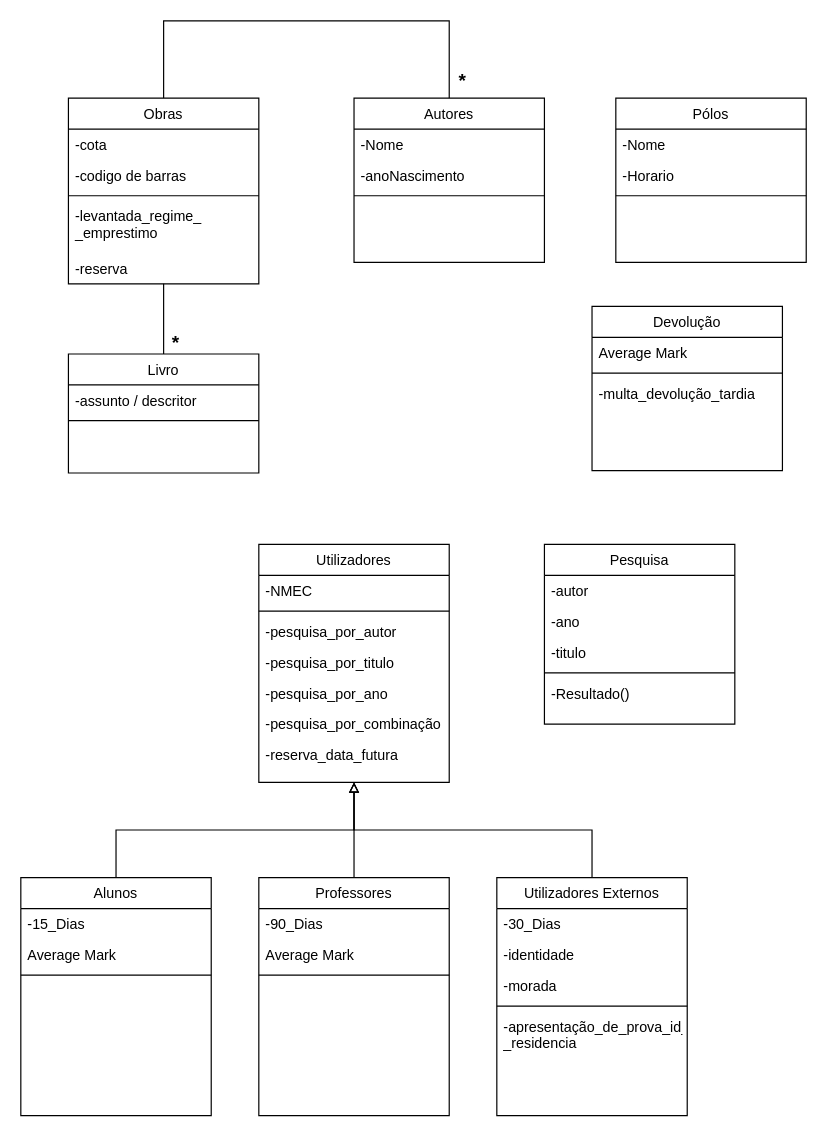
Before: page "3.2" (1 of 2) of P/P3/P3.drawio in DavidAraujo98/AS, a draw.io diagram. Source tidied: cells renumbered, new cells numbered last; positions are measured from the earlier drawing's top-left corner, leaving out a move shared by most shapes. Both pictures are drawn from the tidied source at 119%, with x=0, y=0 at pixel (20, 20).
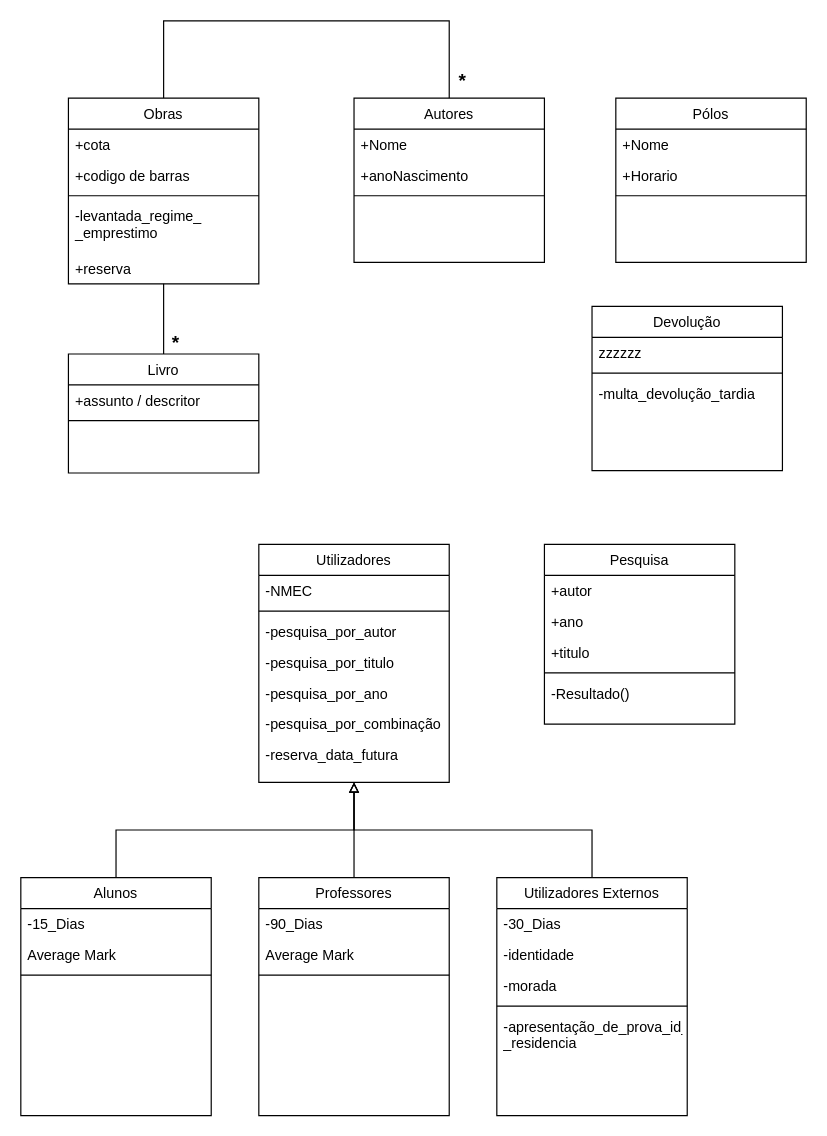
The same diagram, later.

Unchanged cells that the change refers to:
```xml
<mxCell id="3" value="Obras" style="swimlane;fontStyle=0;align=center;verticalAlign=top;horizontal=1;startSize=26;rounded=0;shadow=0;strokeWidth=1;" parent="1" vertex="1">
  <mxGeometry x="40" y="65" width="160" height="156" as="geometry" />
</mxCell>
<mxCell id="9" value="Autores" style="swimlane;fontStyle=0;align=center;verticalAlign=top;horizontal=1;startSize=26;rounded=0;shadow=0;strokeWidth=1;" parent="1" vertex="1">
  <mxGeometry x="280" y="65" width="160" height="138" as="geometry" />
</mxCell>
<mxCell id="22" value="Livro" style="swimlane;fontStyle=0;align=center;verticalAlign=top;horizontal=1;startSize=26;rounded=0;shadow=0;strokeWidth=1;" parent="1" vertex="1">
  <mxGeometry x="40" y="280" width="160" height="100" as="geometry" />
</mxCell>
<mxCell id="42" value="Devolução" style="swimlane;fontStyle=0;align=center;verticalAlign=top;horizontal=1;startSize=26;rounded=0;shadow=0;strokeWidth=1;" parent="1" vertex="1">
  <mxGeometry x="480" y="240" width="160" height="138" as="geometry" />
</mxCell>
<mxCell id="46" value="Pólos" style="swimlane;fontStyle=0;align=center;verticalAlign=top;horizontal=1;startSize=26;rounded=0;shadow=0;strokeWidth=1;" parent="1" vertex="1">
  <mxGeometry x="500" y="65" width="160" height="138" as="geometry" />
</mxCell>
<mxCell id="52" value="Pesquisa" style="swimlane;fontStyle=0;align=center;verticalAlign=top;horizontal=1;startSize=26;rounded=0;shadow=0;strokeWidth=1;" parent="1" vertex="1">
  <mxGeometry x="440" y="440" width="160" height="151" as="geometry" />
</mxCell>
```

Change to the diagram source:
```diff
@@
-    <mxCell id="4" value="-cota" style="text;align=left;verticalAlign=top;spacingLeft=4;spacingRight=4;overflow=hidden;" parent="3" vertex="1">
+    <mxCell id="4" value="+cota" style="text;align=left;verticalAlign=top;spacingLeft=4;spacingRight=4;overflow=hidden;" parent="3" vertex="1">
       <mxGeometry y="26" width="160" height="26" as="geometry" />
     </mxCell>
-    <mxCell id="5" value="-codigo de barras" style="text;align=left;verticalAlign=top;spacingLeft=4;spacingRight=4;overflow=hidden;rounded=0;shadow=0;html=0;" parent="3" vertex="1">
+    <mxCell id="5" value="+codigo de barras" style="text;align=left;verticalAlign=top;spacingLeft=4;spacingRight=4;overflow=hidden;rounded=0;shadow=0;html=0;" parent="3" vertex="1">
       <mxGeometry y="52" width="160" height="26" as="geometry" />
     </mxCell>
@@
-    <mxCell id="8" value="-reserva" style="text;align=left;verticalAlign=top;spacingLeft=4;spacingRight=4;overflow=hidden;rounded=0;shadow=0;html=0;" parent="3" vertex="1">
+    <mxCell id="8" value="+reserva" style="text;align=left;verticalAlign=top;spacingLeft=4;spacingRight=4;overflow=hidden;rounded=0;shadow=0;html=0;" parent="3" vertex="1">
       <mxGeometry y="130" width="160" height="26" as="geometry" />
     </mxCell>
@@
-    <mxCell id="10" value="-Nome" style="text;align=left;verticalAlign=top;spacingLeft=4;spacingRight=4;overflow=hidden;" parent="9" vertex="1">
+    <mxCell id="10" value="+Nome" style="text;align=left;verticalAlign=top;spacingLeft=4;spacingRight=4;overflow=hidden;" parent="9" vertex="1">
       <mxGeometry y="26" width="160" height="26" as="geometry" />
     </mxCell>
-    <mxCell id="11" value="-anoNascimento" style="text;align=left;verticalAlign=top;spacingLeft=4;spacingRight=4;overflow=hidden;rounded=0;shadow=0;html=0;" parent="9" vertex="1">
+    <mxCell id="11" value="+anoNascimento" style="text;align=left;verticalAlign=top;spacingLeft=4;spacingRight=4;overflow=hidden;rounded=0;shadow=0;html=0;" parent="9" vertex="1">
       <mxGeometry y="52" width="160" height="26" as="geometry" />
     </mxCell>
@@
-    <mxCell id="23" value="-assunto / descritor" style="text;align=left;verticalAlign=top;spacingLeft=4;spacingRight=4;overflow=hidden;" parent="22" vertex="1">
+    <mxCell id="23" value="+assunto / descritor" style="text;align=left;verticalAlign=top;spacingLeft=4;spacingRight=4;overflow=hidden;" parent="22" vertex="1">
       <mxGeometry y="26" width="160" height="26" as="geometry" />
     </mxCell>
@@
-    <mxCell id="43" value="Average Mark" style="text;align=left;verticalAlign=top;spacingLeft=4;spacingRight=4;overflow=hidden;rounded=0;shadow=0;html=0;" parent="42" vertex="1">
+    <mxCell id="43" value="zzzzzz" style="text;align=left;verticalAlign=top;spacingLeft=4;spacingRight=4;overflow=hidden;rounded=0;shadow=0;html=0;" parent="42" vertex="1">
       <mxGeometry y="26" width="160" height="26" as="geometry" />
     </mxCell>
@@
-    <mxCell id="47" value="-Nome" style="text;align=left;verticalAlign=top;spacingLeft=4;spacingRight=4;overflow=hidden;" parent="46" vertex="1">
+    <mxCell id="47" value="+Nome" style="text;align=left;verticalAlign=top;spacingLeft=4;spacingRight=4;overflow=hidden;" parent="46" vertex="1">
       <mxGeometry y="26" width="160" height="26" as="geometry" />
     </mxCell>
-    <mxCell id="48" value="-Horario" style="text;align=left;verticalAlign=top;spacingLeft=4;spacingRight=4;overflow=hidden;rounded=0;shadow=0;html=0;" parent="46" vertex="1">
+    <mxCell id="48" value="+Horario" style="text;align=left;verticalAlign=top;spacingLeft=4;spacingRight=4;overflow=hidden;rounded=0;shadow=0;html=0;" parent="46" vertex="1">
       <mxGeometry y="52" width="160" height="26" as="geometry" />
     </mxCell>
@@
-    <mxCell id="53" value="-autor" style="text;align=left;verticalAlign=top;spacingLeft=4;spacingRight=4;overflow=hidden;" parent="52" vertex="1">
+    <mxCell id="53" value="+autor" style="text;align=left;verticalAlign=top;spacingLeft=4;spacingRight=4;overflow=hidden;" parent="52" vertex="1">
       <mxGeometry y="26" width="160" height="26" as="geometry" />
     </mxCell>
-    <mxCell id="54" value="-ano" style="text;align=left;verticalAlign=top;spacingLeft=4;spacingRight=4;overflow=hidden;" parent="52" vertex="1">
+    <mxCell id="54" value="+ano" style="text;align=left;verticalAlign=top;spacingLeft=4;spacingRight=4;overflow=hidden;" parent="52" vertex="1">
       <mxGeometry y="52" width="160" height="26" as="geometry" />
     </mxCell>
-    <mxCell id="55" value="-titulo" style="text;align=left;verticalAlign=top;spacingLeft=4;spacingRight=4;overflow=hidden;" parent="52" vertex="1">
+    <mxCell id="55" value="+titulo" style="text;align=left;verticalAlign=top;spacingLeft=4;spacingRight=4;overflow=hidden;" parent="52" vertex="1">
       <mxGeometry y="78" width="160" height="26" as="geometry" />
     </mxCell>
```
